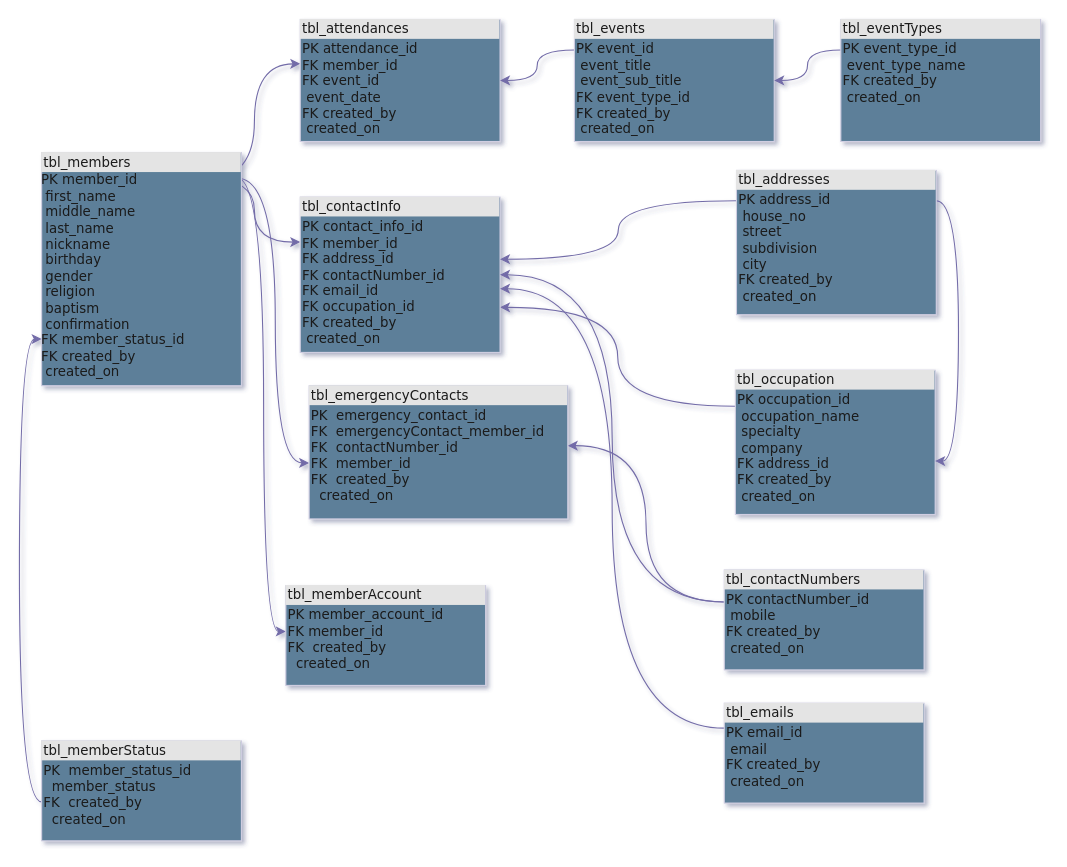
Before: Untitled Diagram.drawio in jbas1003/bld-app, a draw.io diagram. Source tidied: cells renumbered, new cells numbered last; positions are measured from the earlier drawing's top-left corner, leaving out a move shared by most shapes. Both pictures are drawn from the tidied source at 111%, with x=0, y=0 at pixel (41, 19).
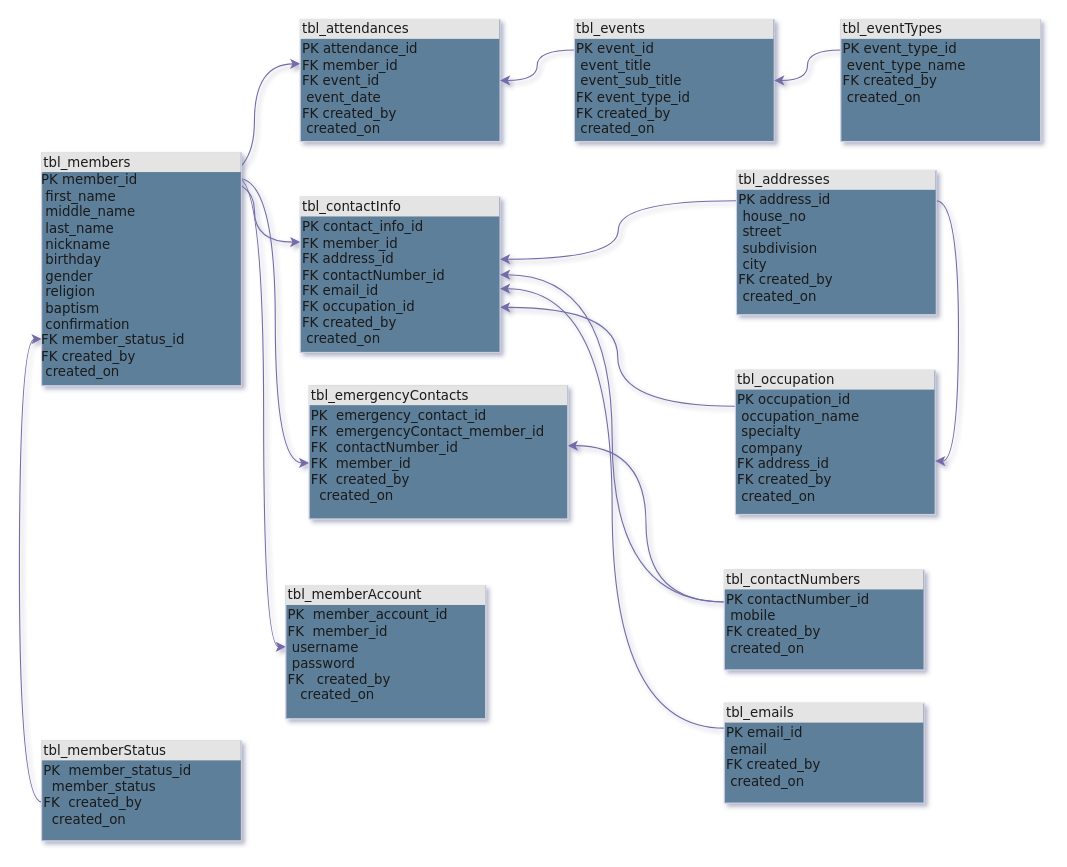
The same page after the edit.

Commit message:
Updated BLD-App ERD.drawio

What changed in the source:
```diff
@@
-    <mxCell id="26" value="&lt;div style=&quot;box-sizing:border-box;width:100%;background:#e4e4e4;padding:2px;&quot;&gt;tbl_memberAccount&lt;/div&gt;&lt;table style=&quot;width:100%;font-size:1em;&quot; cellpadding=&quot;2&quot; cellspacing=&quot;0&quot;&gt;&lt;tbody&gt;&lt;tr&gt;&lt;td&gt;PK&lt;span style=&quot;white-space: pre;&quot;&gt; &lt;/span&gt;member_account_id&lt;br&gt;FK&lt;span style=&quot;white-space: pre;&quot;&gt; &lt;/span&gt;member_id&lt;br&gt;FK&lt;span style=&quot;white-space: pre;&quot;&gt; &lt;span style=&quot;white-space: pre;&quot;&gt; &lt;/span&gt;&lt;/span&gt;created_by&lt;br&gt;&lt;span style=&quot;white-space: pre;&quot;&gt; &lt;span style=&quot;white-space: pre;&quot;&gt; &lt;/span&gt;&lt;/span&gt;created_on&lt;br&gt;&lt;/td&gt;&lt;td&gt;&lt;/td&gt;&lt;/tr&gt;&lt;/tbody&gt;&lt;/table&gt;" style="verticalAlign=top;align=left;overflow=fill;html=1;rounded=0;shadow=0;comic=0;labelBackgroundColor=none;strokeWidth=1;fontFamily=Verdana;fontSize=12;points=[[0,0,0,0,0],[0,0.28,0,0,0],[0,0.46,0,0,0],[0,0.61,0,0,0],[0,1,0,0,0],[0.25,0,0,0,0],[0.25,1,0,0,0],[0.5,0,0,0,0],[0.5,1,0,0,0],[0.75,0,0,0,0],[0.75,1,0,0,0],[1,0,0,0,0],[1,0.25,0,0,0],[1,0.5,0,0,0],[1,0.64,0,0,0],[1,1,0,0,0]];fillColor=#5D7F99;strokeColor=#D0CEE2;fontColor=#1A1A1A;" parent="1" vertex="1">
-      <mxGeometry x="220" y="510" width="180" height="90" as="geometry" />
+    <mxCell id="26" value="&lt;div style=&quot;box-sizing:border-box;width:100%;background:#e4e4e4;padding:2px;&quot;&gt;tbl_memberAccount&lt;/div&gt;&lt;table style=&quot;width:100%;font-size:1em;&quot; cellpadding=&quot;2&quot; cellspacing=&quot;0&quot;&gt;&lt;tbody&gt;&lt;tr&gt;&lt;td&gt;PK&lt;span style=&quot;white-space: pre;&quot;&gt; &lt;span style=&quot;white-space: pre;&quot;&gt; &lt;/span&gt;&lt;/span&gt;member_account_id&lt;br&gt;FK&lt;span style=&quot;white-space: pre;&quot;&gt; &lt;span style=&quot;white-space: pre;&quot;&gt; &lt;/span&gt;&lt;/span&gt;member_id&lt;br&gt;&lt;span style=&quot;white-space: pre;&quot;&gt; &lt;/span&gt;username&lt;br&gt;&lt;span style=&quot;white-space: pre;&quot;&gt; &lt;/span&gt;password&lt;br&gt;FK&lt;span style=&quot;white-space: pre;&quot;&gt; &lt;span style=&quot;white-space: pre;&quot;&gt; &lt;span style=&quot;white-space: pre;&quot;&gt; &lt;/span&gt;&lt;/span&gt;&lt;/span&gt;created_by&lt;br&gt;&lt;span style=&quot;white-space: pre;&quot;&gt; &lt;span style=&quot;white-space: pre;&quot;&gt; &lt;span style=&quot;white-space: pre;&quot;&gt; &lt;/span&gt;&lt;/span&gt;&lt;/span&gt;created_on&lt;br&gt;&lt;/td&gt;&lt;td&gt;&lt;/td&gt;&lt;/tr&gt;&lt;/tbody&gt;&lt;/table&gt;" style="verticalAlign=top;align=left;overflow=fill;html=1;rounded=0;shadow=0;comic=0;labelBackgroundColor=none;strokeWidth=1;fontFamily=Verdana;fontSize=12;points=[[0,0,0,0,0],[0,0.28,0,0,0],[0,0.46,0,0,0],[0,0.61,0,0,0],[0,1,0,0,0],[0.25,0,0,0,0],[0.25,1,0,0,0],[0.5,0,0,0,0],[0.5,1,0,0,0],[0.75,0,0,0,0],[0.75,1,0,0,0],[1,0,0,0,0],[1,0.25,0,0,0],[1,0.5,0,0,0],[1,0.64,0,0,0],[1,1,0,0,0]];fillColor=#5D7F99;strokeColor=#D0CEE2;fontColor=#1A1A1A;" parent="1" vertex="1">
+      <mxGeometry x="220" y="510" width="180" height="120" as="geometry" />
     </mxCell>
```
